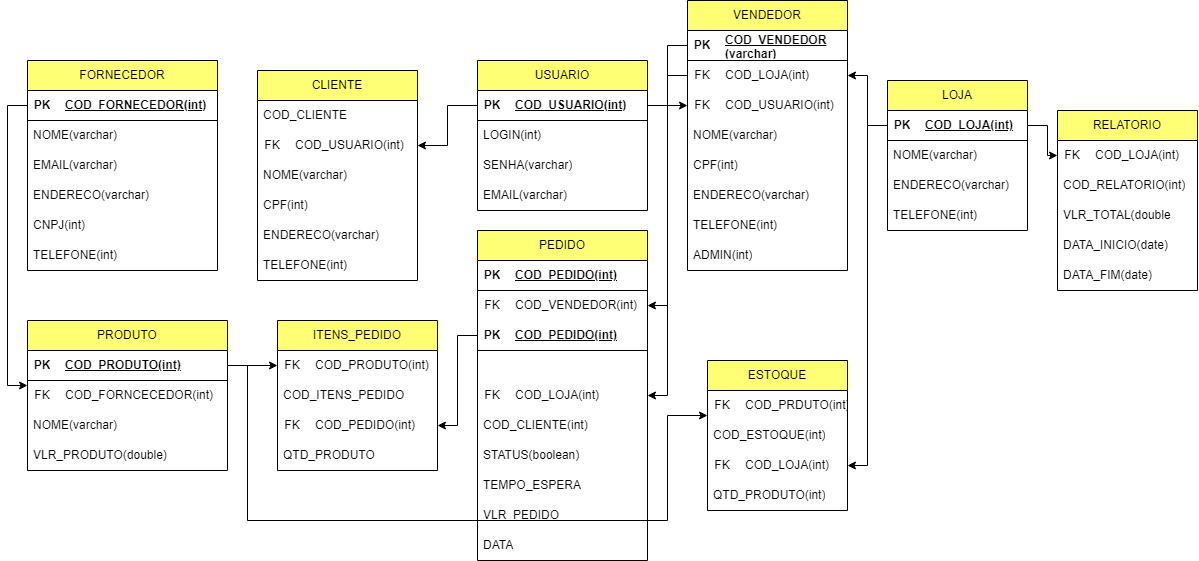
This is ProjetoLógicoZéDelivery/zedelivery.drawio.png from NicolasKevin2/BD, a draw.io export, as it was before one commit. Source tidied: cells renumbered, new cells last; positions are measured from the earlier drawing's top-left corner, leaving out a move shared by most shapes.
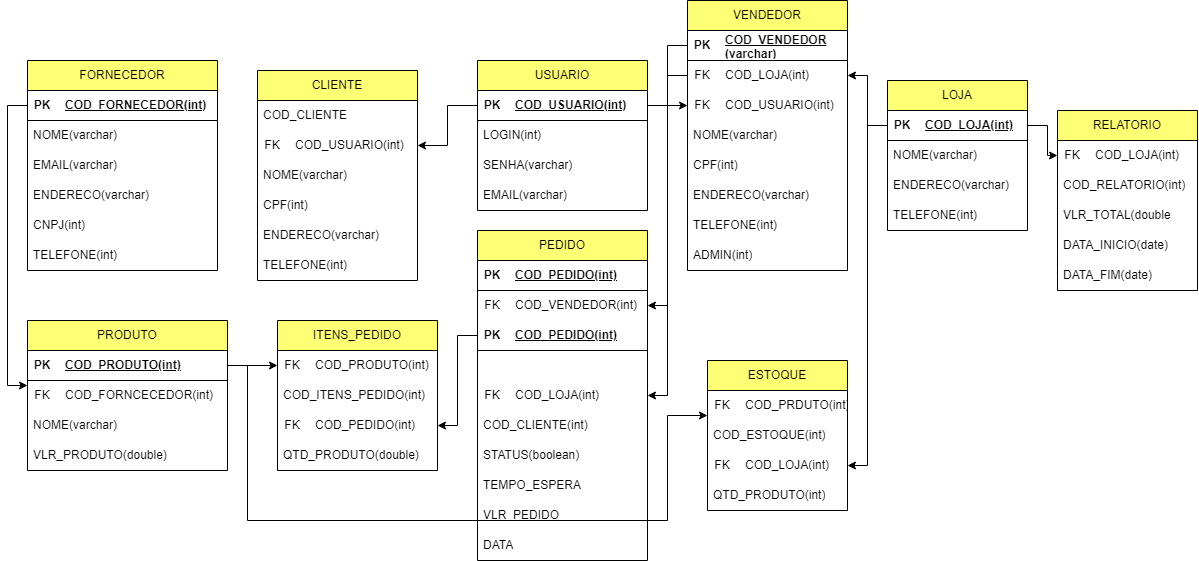
Later version of the same file.

Diff of the diagram source:
```diff
@@ -209,7 +209,7 @@
     <mxCell id="70" value="COD_PRODUTO(int)" style="shape=partialRectangle;fillColor=none;top=0;left=0;bottom=0;right=0;align=left;spacingLeft=6;fontStyle=0;overflow=hidden;whiteSpace=wrap;html=1;" parent="68" vertex="1">
       <mxGeometry x="30" width="130" height="30" as="geometry" />
     </mxCell>
-    <mxCell id="71" value="COD_ITENS_PEDIDO" style="text;strokeColor=none;fillColor=none;align=left;verticalAlign=middle;spacingLeft=4;spacingRight=4;overflow=hidden;whiteSpace=wrap;html=1;" parent="66" vertex="1">
+    <mxCell id="71" value="COD_ITENS_PEDIDO(int)" style="text;strokeColor=none;fillColor=none;align=left;verticalAlign=middle;spacingLeft=4;spacingRight=4;overflow=hidden;whiteSpace=wrap;html=1;" parent="66" vertex="1">
       <mxGeometry y="60" width="160" height="30" as="geometry" />
     </mxCell>
     <mxCell id="72" style="shape=table;startSize=0;rowLines=0;fontStyle=0;align=center;strokeColor=none;fillColor=none;" parent="66" vertex="1">
@@ -224,7 +224,7 @@
     <mxCell id="75" value="COD_PEDIDO(int)" style="shape=partialRectangle;fillColor=none;top=0;left=0;bottom=0;right=0;align=left;spacingLeft=6;fontStyle=0;overflow=hidden;whiteSpace=wrap;html=1;" parent="73" vertex="1">
       <mxGeometry x="30" width="130" height="30" as="geometry" />
     </mxCell>
-    <mxCell id="76" value="QTD_PRODUTO" style="text;strokeColor=none;fillColor=none;align=left;verticalAlign=middle;spacingLeft=4;spacingRight=4;overflow=hidden;whiteSpace=wrap;html=1;" parent="66" vertex="1">
+    <mxCell id="76" value="QTD_PRODUTO(double)" style="text;strokeColor=none;fillColor=none;align=left;verticalAlign=middle;spacingLeft=4;spacingRight=4;overflow=hidden;whiteSpace=wrap;html=1;" parent="66" vertex="1">
       <mxGeometry y="120" width="160" height="30" as="geometry" />
     </mxCell>
     <mxCell id="77" value="PRODUTO" style="swimlane;fontStyle=0;horizontal=1;startSize=30;whiteSpace=wrap;html=1;fillColor=#FFFF75;" parent="1" vertex="1">
```
